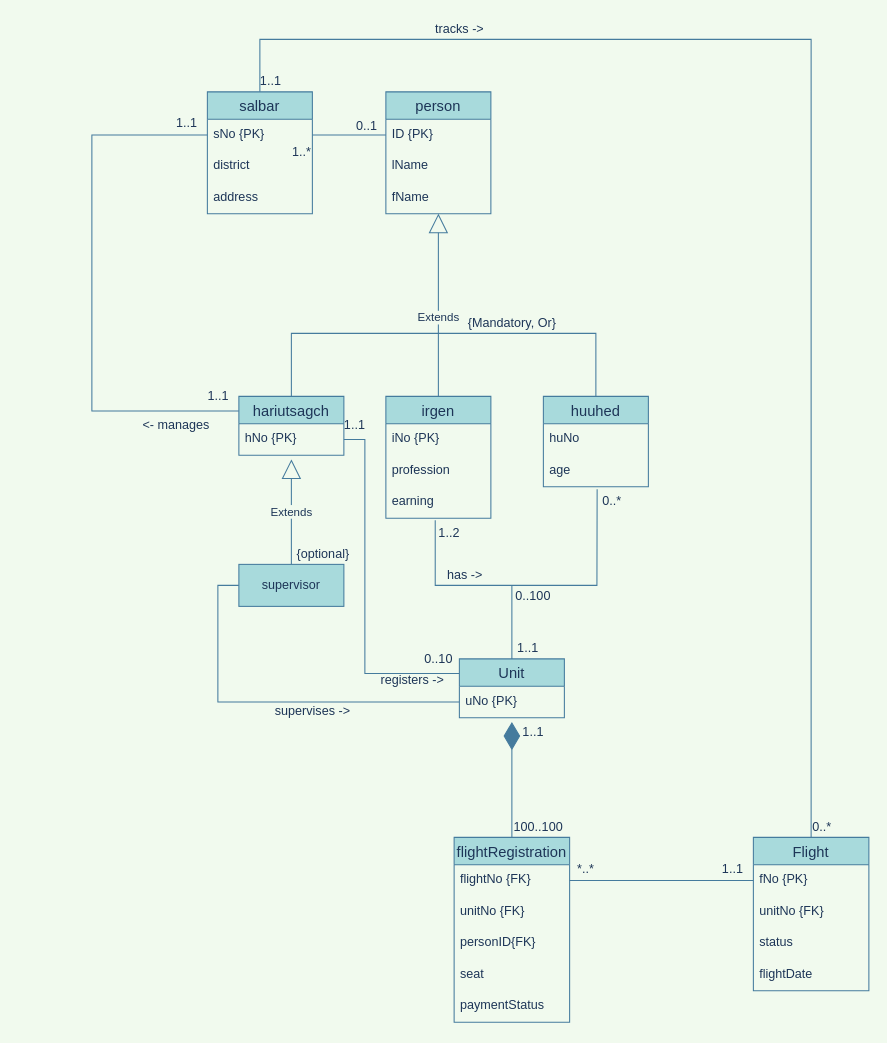
Before: page "Page-2" (2 of 2) of Untitled Diagram.drawio in Tseku210/database_ERD, a draw.io diagram. Source tidied: cells renumbered, new cells numbered last; positions are measured from the earlier drawing's top-left corner, leaving out a move shared by most shapes. Both pictures are drawn from the tidied source at 105%, with x=0, y=0 at pixel (91, 18).
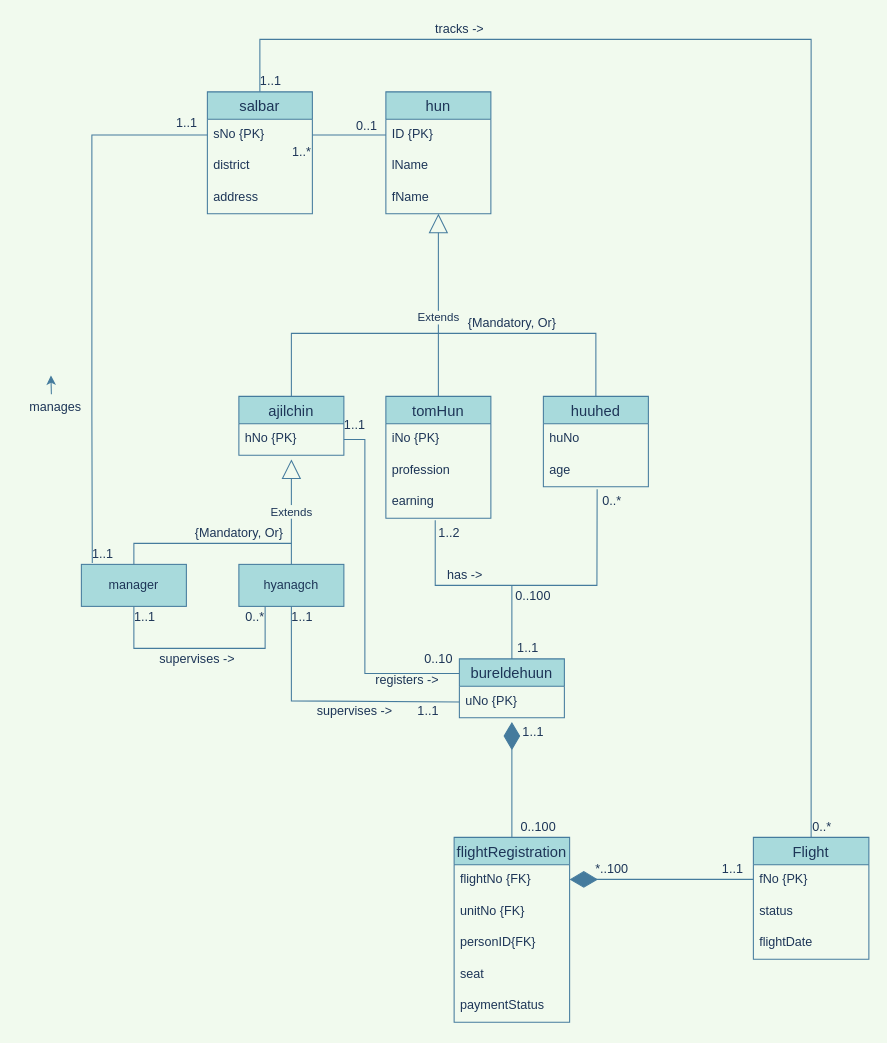
The same diagram, later.

The change refers to these unchanged cells:
```xml
<mxCell id="3" value="sNo {PK}" style="text;strokeColor=none;fillColor=none;spacingLeft=4;spacingRight=4;overflow=hidden;points=[[0,0.5],[1,0.5]];portConstraint=eastwest;fontSize=12;fontColor=#1D3557;" parent="2" vertex="1">
  <mxGeometry y="26" width="100" height="30" as="geometry" />
</mxCell>
<mxCell id="35" value="uNo {PK}" style="text;strokeColor=none;fillColor=none;spacingLeft=4;spacingRight=4;overflow=hidden;points=[[0,0.5],[1,0.5]];portConstraint=eastwest;fontSize=12;fontColor=#1D3557;" parent="34" vertex="1">
  <mxGeometry y="26" width="100" height="30" as="geometry" />
</mxCell>
<mxCell id="43" value="fNo {PK}" style="text;strokeColor=none;fillColor=none;spacingLeft=4;spacingRight=4;overflow=hidden;points=[[0,0.5],[1,0.5]];portConstraint=eastwest;fontSize=12;fontColor=#1D3557;" parent="42" vertex="1">
  <mxGeometry y="26" width="110" height="30" as="geometry" />
</mxCell>
<mxCell id="50" value="flightNo {FK}" style="text;strokeColor=none;fillColor=none;spacingLeft=4;spacingRight=4;overflow=hidden;points=[[0,0.5],[1,0.5]];portConstraint=eastwest;fontSize=12;fontColor=#1D3557;" parent="49" vertex="1">
  <mxGeometry y="26" width="110" height="30" as="geometry" />
</mxCell>
```

What changed in the source:
```diff
@@
-    <mxCell id="6" value="person" style="swimlane;fontStyle=0;horizontal=1;startSize=26;align=center;fontSize=14;fillColor=#A8DADC;strokeColor=#457B9D;fontColor=#1D3557;" parent="1" vertex="1">
+    <mxCell id="6" value="hun" style="swimlane;fontStyle=0;horizontal=1;startSize=26;align=center;fontSize=14;fillColor=#A8DADC;strokeColor=#457B9D;fontColor=#1D3557;" parent="1" vertex="1">
       <mxGeometry x="280" y="70" width="100" height="116" as="geometry" />
     </mxCell>
@@
-    <mxCell id="14" value="hariutsagch" style="swimlane;fontStyle=0;horizontal=1;startSize=26;align=center;fontSize=14;fillColor=#A8DADC;strokeColor=#457B9D;fontColor=#1D3557;" parent="1" vertex="1">
+    <mxCell id="14" value="ajilchin" style="swimlane;fontStyle=0;horizontal=1;startSize=26;align=center;fontSize=14;fillColor=#A8DADC;strokeColor=#457B9D;fontColor=#1D3557;" parent="1" vertex="1">
       <mxGeometry x="140" y="360" width="100" height="56" as="geometry" />
     </mxCell>
@@
-    <mxCell id="16" value="irgen" style="swimlane;fontStyle=0;horizontal=1;startSize=26;align=center;fontSize=14;fillColor=#A8DADC;strokeColor=#457B9D;fontColor=#1D3557;" parent="1" vertex="1">
+    <mxCell id="16" value="tomHun" style="swimlane;fontStyle=0;horizontal=1;startSize=26;align=center;fontSize=14;fillColor=#A8DADC;strokeColor=#457B9D;fontColor=#1D3557;" parent="1" vertex="1">
       <mxGeometry x="280" y="360" width="100" height="116" as="geometry" />
     </mxCell>
@@
-    <mxCell id="29" style="endArrow=none;html=1;rounded=0;exitX=0;exitY=0.5;exitDx=0;exitDy=0;entryX=0;entryY=0.25;entryDx=0;entryDy=0;strokeColor=#457B9D;fontColor=#1D3557;labelBackgroundColor=#F1FAEE;" parent="1" edge="1" source="3" target="14">
+    <mxCell id="29" style="endArrow=none;html=1;rounded=0;exitX=0;exitY=0.5;exitDx=0;exitDy=0;entryX=0.104;entryY=-0.03;entryDx=0;entryDy=0;strokeColor=#457B9D;fontColor=#1D3557;labelBackgroundColor=#F1FAEE;entryPerimeter=0;" parent="1" edge="1" source="3" target="69">
       <mxGeometry relative="1" as="geometry">
         <Array as="points">
           <mxPoint y="111" />
           <mxPoint y="374" />
         </Array>
       </mxGeometry>
     </mxCell>
-    <mxCell id="30" value="&amp;lt;- manages" style="text;html=1;align=center;verticalAlign=middle;points=[];strokeColor=none;fillColor=none;fontColor=#1D3557;" parent="1" vertex="1">
-      <mxGeometry x="40" y="378" width="80" height="20" as="geometry" />
+    <mxCell id="30" value="manages" style="text;html=1;align=center;verticalAlign=middle;points=[];strokeColor=none;fillColor=none;fontColor=#1D3557;" parent="1" vertex="1">
+      <mxGeometry x="-70" y="360" width="70" height="20" as="geometry" />
     </mxCell>
     <mxCell id="31" value="1..1" style="text;html=1;align=center;verticalAlign=middle;strokeColor=none;fillColor=none;fontColor=#1D3557;" parent="1" vertex="1">
-      <mxGeometry x="100" y="350" width="40" height="20" as="geometry" />
+      <mxGeometry x="-10" y="500" width="40" height="20" as="geometry" />
     </mxCell>
@@
-    <mxCell id="34" value="Unit" style="swimlane;fontStyle=0;horizontal=1;startSize=26;align=center;fontSize=14;fillColor=#A8DADC;strokeColor=#457B9D;fontColor=#1D3557;" parent="1" vertex="1">
+    <mxCell id="34" value="bureldehuun" style="swimlane;fontStyle=0;horizontal=1;startSize=26;align=center;fontSize=14;fillColor=#A8DADC;strokeColor=#457B9D;fontColor=#1D3557;" parent="1" vertex="1">
       <mxGeometry x="350" y="610" width="100" height="56" as="geometry" />
     </mxCell>
@@
     <mxCell id="39" value="registers -&amp;gt;" style="text;html=1;align=center;verticalAlign=middle;strokeColor=none;fillColor=none;fontColor=#1D3557;" parent="1" vertex="1">
-      <mxGeometry x="265" y="620" width="80" height="20" as="geometry" />
+      <mxGeometry x="260" y="620" width="80" height="20" as="geometry" />
     </mxCell>
@@
     <mxCell id="42" value="Flight" style="swimlane;fontStyle=0;horizontal=1;startSize=26;align=center;fontSize=14;fillColor=#A8DADC;strokeColor=#457B9D;fontColor=#1D3557;" parent="1" vertex="1">
-      <mxGeometry x="630" y="780" width="110" height="146" as="geometry" />
+      <mxGeometry x="630" y="780" width="110" height="116" as="geometry" />
     </mxCell>
@@
-    <mxCell id="44" value="unitNo {FK}" style="text;strokeColor=none;fillColor=none;spacingLeft=4;spacingRight=4;overflow=hidden;fontSize=12;fontColor=#1D3557;" parent="42" vertex="1">
-      <mxGeometry y="56" width="110" height="30" as="geometry" />
-    </mxCell>
     <mxCell id="45" value="status" style="text;strokeColor=none;fillColor=none;spacingLeft=4;spacingRight=4;overflow=hidden;fontSize=12;fontColor=#1D3557;" parent="42" vertex="1">
-      <mxGeometry y="86" width="110" height="30" as="geometry" />
+      <mxGeometry y="56" width="110" height="30" as="geometry" />
     </mxCell>
     <mxCell id="46" value="flightDate" style="text;strokeColor=none;fillColor=none;spacingLeft=4;spacingRight=4;overflow=hidden;fontSize=12;fontColor=#1D3557;" parent="42" vertex="1">
-      <mxGeometry y="116" width="110" height="30" as="geometry" />
+      <mxGeometry y="86" width="110" height="30" as="geometry" />
     </mxCell>
@@
-    <mxCell id="48" style="endArrow=none;html=1;rounded=0;exitX=1;exitY=0.5;exitDx=0;exitDy=0;entryX=0;entryY=0.5;entryDx=0;entryDy=0;strokeColor=#457B9D;fontColor=#1D3557;labelBackgroundColor=#F1FAEE;" parent="1" edge="1" source="50" target="43">
-      <mxGeometry relative="1" as="geometry" />
-    </mxCell>
@@
-    <mxCell id="59" style="endArrow=none;html=1;rounded=0;sketch=0;fontColor=#1D3557;strokeColor=#457B9D;fillColor=#A8DADC;curved=0;exitX=0;exitY=0.5;exitDx=0;exitDy=0;entryX=0;entryY=0.5;entryDx=0;entryDy=0;labelBackgroundColor=#F1FAEE;" parent="1" edge="1" source="35" target="62">
+    <mxCell id="59" style="endArrow=none;html=1;rounded=0;sketch=0;fontColor=#1D3557;strokeColor=#457B9D;fillColor=#A8DADC;curved=0;exitX=0;exitY=0.5;exitDx=0;exitDy=0;entryX=0.5;entryY=1;entryDx=0;entryDy=0;labelBackgroundColor=#F1FAEE;" parent="1" edge="1" source="35" target="62">
       <mxGeometry relative="1" as="geometry">
         <Array as="points">
-          <mxPoint x="120" y="651" />
-          <mxPoint x="120" y="540" />
+          <mxPoint x="190" y="650" />
+          <mxPoint x="190" y="580" />
         </Array>
       </mxGeometry>
     </mxCell>
     <mxCell id="60" value="supervises -&amp;gt;" style="text;html=1;align=center;verticalAlign=middle;strokeColor=none;fillColor=none;fontColor=#1D3557;" parent="1" vertex="1">
-      <mxGeometry x="165" y="650" width="90" height="20" as="geometry" />
+      <mxGeometry x="205" y="650" width="90" height="20" as="geometry" />
     </mxCell>
@@
-    <mxCell id="62" value="supervisor" style="whiteSpace=wrap;html=1;align=center;rounded=0;sketch=0;fontColor=#1D3557;strokeColor=#457B9D;fillColor=#A8DADC;" parent="1" vertex="1">
+    <mxCell id="62" value="hyanagch" style="whiteSpace=wrap;html=1;align=center;rounded=0;sketch=0;fontColor=#1D3557;strokeColor=#457B9D;fillColor=#A8DADC;" parent="1" vertex="1">
       <mxGeometry x="140" y="520" width="100" height="40" as="geometry" />
     </mxCell>
-    <mxCell id="63" value="{optional}" style="text;html=1;align=center;verticalAlign=middle;strokeColor=none;fillColor=none;fontColor=#1D3557;" parent="1" vertex="1">
-      <mxGeometry x="185" y="500" width="70" height="20" as="geometry" />
+    <mxCell id="63" value="{Mandatory, Or}" style="text;html=1;align=center;verticalAlign=middle;strokeColor=none;fillColor=none;fontColor=#1D3557;" parent="1" vertex="1">
+      <mxGeometry x="90" y="480" width="100" height="20" as="geometry" />
     </mxCell>
@@
-    <mxCell id="66" value="100..100" style="text;html=1;align=center;verticalAlign=middle;strokeColor=none;fillColor=none;fontColor=#1D3557;" parent="1" vertex="1">
-      <mxGeometry x="395" y="760" width="60" height="20" as="geometry" />
+    <mxCell id="66" value="0..100" style="text;html=1;align=center;verticalAlign=middle;strokeColor=none;fillColor=none;fontColor=#1D3557;" parent="1" vertex="1">
+      <mxGeometry x="400" y="760" width="50" height="20" as="geometry" />
     </mxCell>
-    <mxCell id="67" value="*..*" style="text;html=1;align=center;verticalAlign=middle;strokeColor=none;fillColor=none;fontColor=#1D3557;" parent="1" vertex="1">
-      <mxGeometry x="455" y="800" width="30" height="20" as="geometry" />
+    <mxCell id="67" value="*..100" style="text;html=1;align=center;verticalAlign=middle;strokeColor=none;fillColor=none;fontColor=#1D3557;" parent="1" vertex="1">
+      <mxGeometry x="470" y="800" width="50" height="20" as="geometry" />
     </mxCell>
@@
+    <mxCell id="69" value="manager" style="whiteSpace=wrap;html=1;align=center;rounded=0;sketch=0;fontColor=#1D3557;strokeColor=#457B9D;fillColor=#A8DADC;" parent="1" vertex="1">
+      <mxGeometry x="-10" y="520" width="100" height="40" as="geometry" />
+    </mxCell>
+    <mxCell id="70" style="endArrow=none;html=1;rounded=0;sketch=0;fontColor=#1D3557;strokeColor=#457B9D;fillColor=#A8DADC;curved=0;exitX=0.5;exitY=0;exitDx=0;exitDy=0;" parent="1" edge="1" source="69">
+      <mxGeometry relative="1" as="geometry">
+        <mxPoint x="190" y="500" as="targetPoint" />
+        <Array as="points">
+          <mxPoint x="40" y="500" />
+        </Array>
+      </mxGeometry>
+    </mxCell>
+    <mxCell id="71" style="endArrow=classic;html=1;rounded=1;sketch=0;fontColor=#1D3557;strokeColor=#457B9D;fillColor=#A8DADC;curved=0;exitX=0.449;exitY=-0.1;exitDx=0;exitDy=0;exitPerimeter=0;" parent="1" edge="1" source="30">
+      <mxGeometry relative="1" as="geometry">
+        <mxPoint x="-39" y="340" as="targetPoint" />
+      </mxGeometry>
+    </mxCell>
+    <mxCell id="72" value="1..1" style="text;html=1;align=center;verticalAlign=middle;strokeColor=none;fillColor=none;fontColor=#1D3557;" parent="1" vertex="1">
+      <mxGeometry x="180" y="560" width="40" height="20" as="geometry" />
+    </mxCell>
+    <mxCell id="73" value="1..1" style="text;html=1;align=center;verticalAlign=middle;strokeColor=none;fillColor=none;fontColor=#1D3557;" parent="1" vertex="1">
+      <mxGeometry x="300" y="650" width="40" height="20" as="geometry" />
+    </mxCell>
+    <mxCell id="74" style="endArrow=none;html=1;rounded=0;sketch=0;fontColor=#1D3557;strokeColor=#457B9D;fillColor=#A8DADC;curved=0;exitX=0.5;exitY=1;exitDx=0;exitDy=0;entryX=0.25;entryY=1;entryDx=0;entryDy=0;" parent="1" edge="1" source="69" target="62">
+      <mxGeometry relative="1" as="geometry">
+        <Array as="points">
+          <mxPoint x="40" y="600" />
+          <mxPoint x="165" y="600" />
+        </Array>
+      </mxGeometry>
+    </mxCell>
+    <mxCell id="75" value="supervises -&amp;gt;" style="text;html=1;align=center;verticalAlign=middle;strokeColor=none;fillColor=none;fontColor=#1D3557;" parent="1" vertex="1">
+      <mxGeometry x="55" y="600" width="90" height="20" as="geometry" />
+    </mxCell>
+    <mxCell id="76" value="1..1" style="text;html=1;align=center;verticalAlign=middle;strokeColor=none;fillColor=none;fontColor=#1D3557;" parent="1" vertex="1">
+      <mxGeometry x="30" y="560" width="40" height="20" as="geometry" />
+    </mxCell>
+    <mxCell id="77" value="0..*" style="text;html=1;align=center;verticalAlign=middle;strokeColor=none;fillColor=none;fontColor=#1D3557;" parent="1" vertex="1">
+      <mxGeometry x="140" y="560" width="30" height="20" as="geometry" />
+    </mxCell>
+    <mxCell id="78" style="endArrow=diamondThin;endFill=1;endSize=24;html=1;rounded=1;sketch=0;fontColor=#1D3557;strokeColor=#457B9D;fillColor=#A8DADC;curved=0;" parent="1" edge="1">
+      <mxGeometry relative="1" as="geometry">
+        <mxPoint x="630" y="820" as="sourcePoint" />
+        <mxPoint x="455" y="820" as="targetPoint" />
+        <Array as="points">
+          <mxPoint x="460" y="820" />
+        </Array>
+      </mxGeometry>
+    </mxCell>
```
